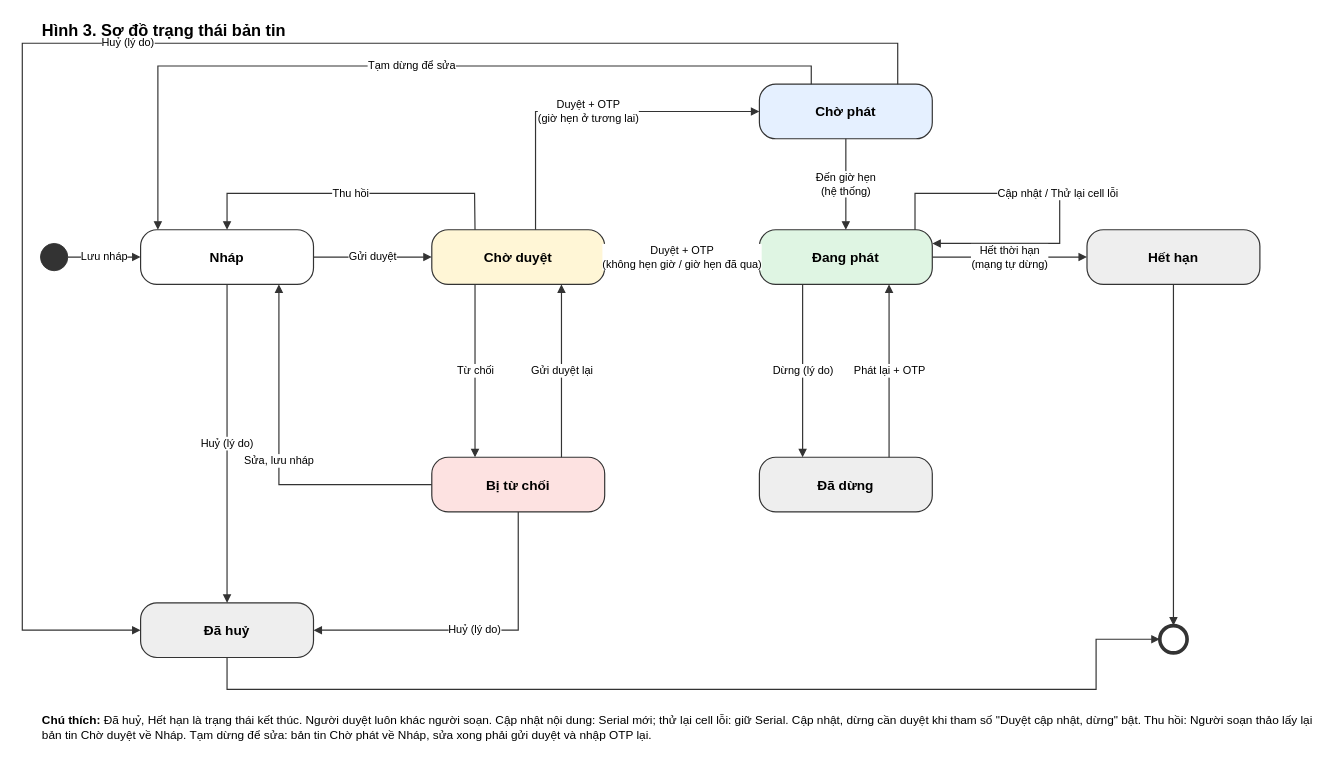
Earlier version of the draw.io diagram page "SRS-H3 Trạng thái bản tin" (3 of 3) of srs/CBC_SRS_so-do.drawio (yenanna0804/cbc-demo). Source tidied: cells renumbered, new cells numbered last; positions are measured from the earlier drawing's top-left corner, leaving out a move shared by most shapes. Both pictures are drawn from the tidied source at 91%, with x=0, y=0 at pixel (22, 15).
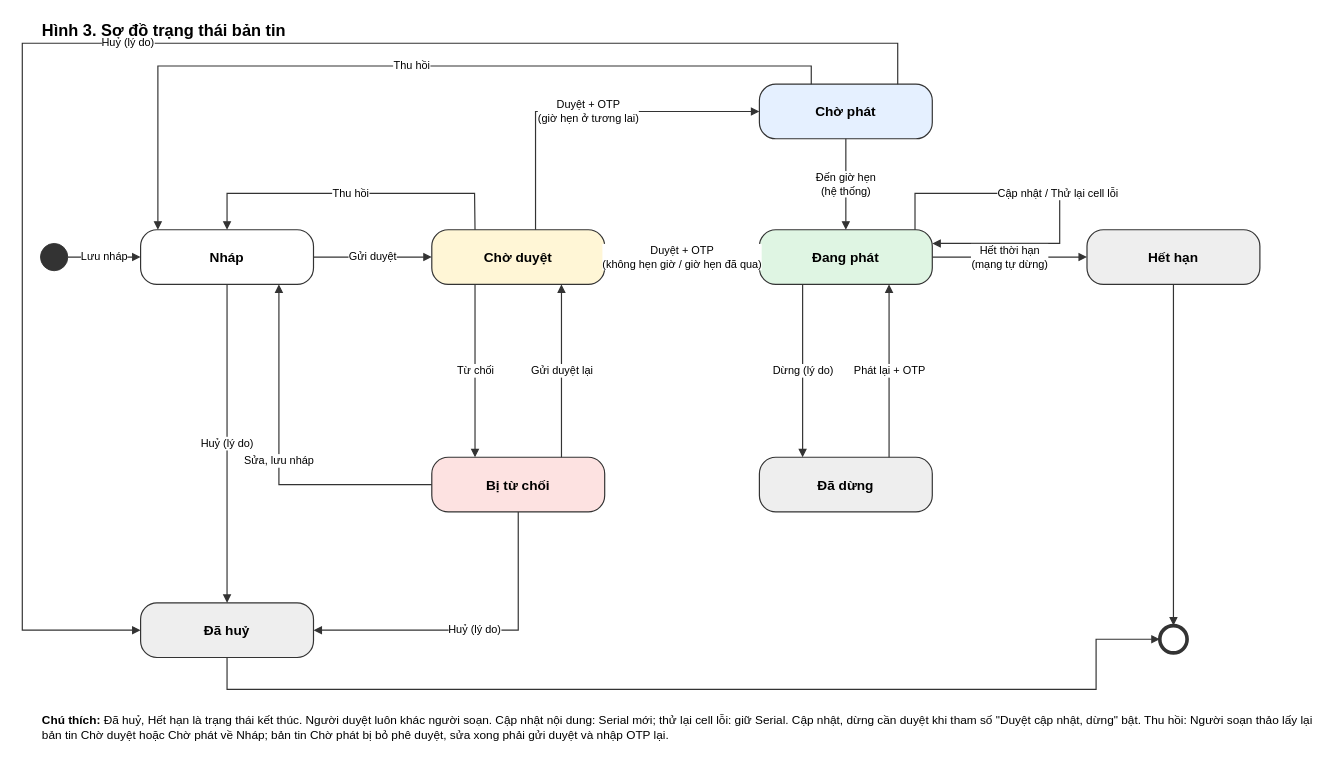
After the change.

Commit message (it also covers changes not shown here):
Đổi tên Tạm dừng để sửa thành Thu hồi (demo, sơ đồ H3)

Claude-Session: https://claude.ai/code/session_01FeLNp4ic6ftFr5ftakdFjx

The change refers to these unchanged cells:
```xml
<mxCell id="4" value="&lt;b&gt;Nháp&lt;/b&gt;" style="rounded=1;arcSize=8;whiteSpace=wrap;html=1;fontFamily=Arial;fontSize=15;fillColor=#FFFFFF;strokeColor=#333333;strokeWidth=1.3;align=center;verticalAlign=middle;spacing=8;arcSize=30;" parent="1" vertex="1">
  <mxGeometry x="130" y="235" width="190" height="60" as="geometry" />
</mxCell>
<mxCell id="8" value="&lt;b&gt;Chờ phát&lt;/b&gt;" style="rounded=1;arcSize=8;whiteSpace=wrap;html=1;fontFamily=Arial;fontSize=15;fillColor=#E5F0FF;strokeColor=#333333;strokeWidth=1.3;align=center;verticalAlign=middle;spacing=8;arcSize=30;" parent="1" vertex="1">
  <mxGeometry x="810" y="75" width="190" height="60" as="geometry" />
</mxCell>
```

Diff of the diagram source:
```diff
@@
-    <mxCell id="30" value="Tạm dừng để sửa" style="html=1;fontFamily=Arial;fontSize=12;endArrow=block;startArrow=none;endFill=1;strokeColor=#333333;strokeWidth=1.3;labelBackgroundColor=#FFFFFF;rounded=0;exitX=0.3;exitY=0;exitDx=0;exitDy=0;entryX=0.1;entryY=0;entryDx=0;entryDy=0;" parent="1" edge="1" source="8" target="4">
+    <mxCell id="30" value="Thu hồi" style="html=1;fontFamily=Arial;fontSize=12;endArrow=block;startArrow=none;endFill=1;strokeColor=#333333;strokeWidth=1.3;labelBackgroundColor=#FFFFFF;rounded=0;exitX=0.3;exitY=0;exitDx=0;exitDy=0;entryX=0.1;entryY=0;entryDx=0;entryDy=0;" parent="1" edge="1" source="8" target="4">
       <mxGeometry relative="1" as="geometry">
         <Array as="points">
           <mxPoint x="867" y="55" />
           <mxPoint x="149" y="55" />
         </Array>
       </mxGeometry>
     </mxCell>
@@
-    <mxCell id="32" value="&lt;b&gt;Chú thích:&lt;/b&gt; Đã huỷ, Hết hạn là trạng thái kết thúc. Người duyệt luôn khác người soạn. Cập nhật nội dung: Serial mới; thử lại cell lỗi: giữ Serial. Cập nhật, dừng cần duyệt khi tham số &quot;Duyệt cập nhật, dừng&quot; bật. Thu hồi: Người soạn thảo lấy lại bản tin Chờ duyệt về Nháp. Tạm dừng để sửa: bản tin Chờ phát về Nháp, sửa xong phải gửi duyệt và nhập OTP lại." style="text;html=1;fontFamily=Arial;fontSize=13;align=left;verticalAlign=top;whiteSpace=wrap;" parent="1" vertex="1">
+    <mxCell id="32" value="&lt;b&gt;Chú thích:&lt;/b&gt; Đã huỷ, Hết hạn là trạng thái kết thúc. Người duyệt luôn khác người soạn. Cập nhật nội dung: Serial mới; thử lại cell lỗi: giữ Serial. Cập nhật, dừng cần duyệt khi tham số &quot;Duyệt cập nhật, dừng&quot; bật. Thu hồi: Người soạn thảo lấy lại bản tin Chờ duyệt hoặc Chờ phát về Nháp; bản tin Chờ phát bị bỏ phê duyệt, sửa xong phải gửi duyệt và nhập OTP lại." style="text;html=1;fontFamily=Arial;fontSize=13;align=left;verticalAlign=top;whiteSpace=wrap;" parent="1" vertex="1">
       <mxGeometry x="20" y="760" width="1400" height="30" as="geometry" />
     </mxCell>
```
